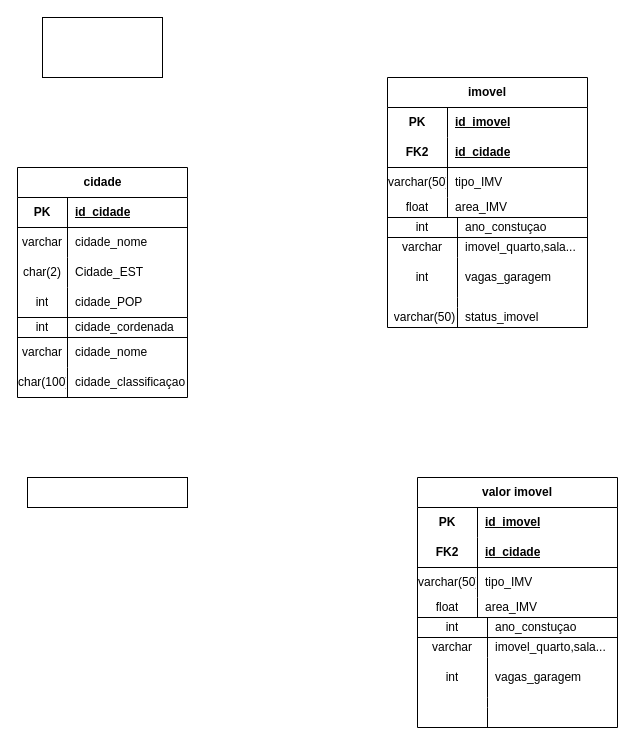
Above: GroupBy.drawio in Guilherme22B/Group_by (draw.io), before the change. Source tidied: cells renumbered, new cells numbered last; positions are measured from the earlier drawing's top-left corner, leaving out a move shared by most shapes. Both pictures are drawn from the tidied source at 100%, with x=0, y=0 at pixel (17, 17).
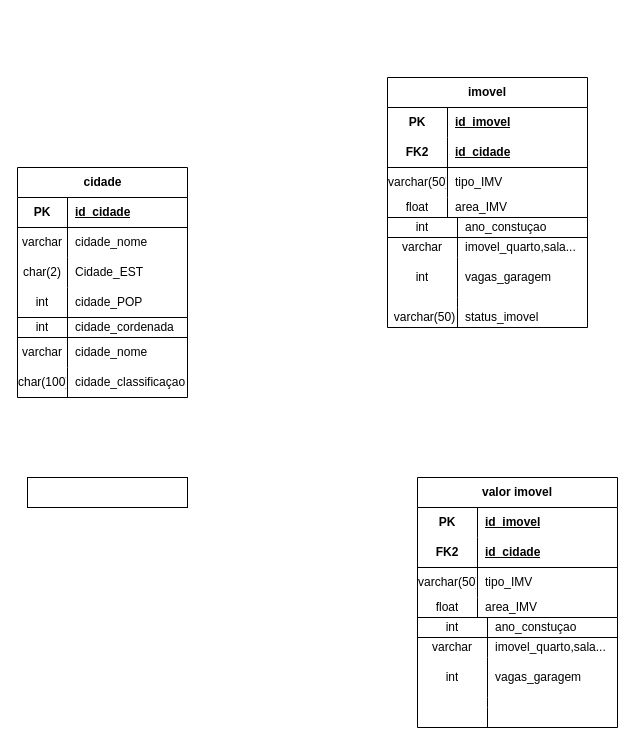
The same diagram, later.

What changed in the source:
```diff
@@
-    <mxCell id="78" style="rounded=0;whiteSpace=wrap;html=1;" parent="1" vertex="1">
-      <mxGeometry x="25" width="120" height="60" as="geometry" />
-    </mxCell>
```
